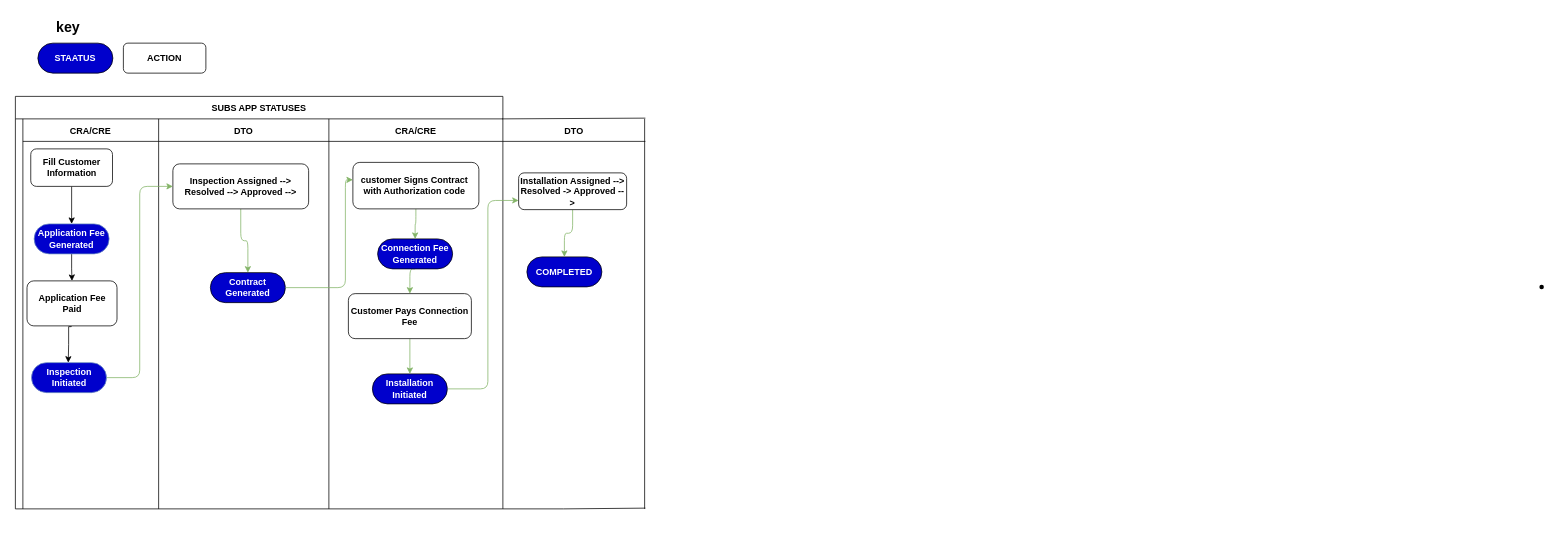
Earlier version of the draw.io diagram ECG UP FLOW.drawio (Kwame-Pitakin/Draw.io). Source tidied: cells renumbered, new cells numbered last; positions are measured from the earlier drawing's top-left corner, leaving out a move shared by most shapes. Both pictures are drawn from the tidied source at 75%, with x=0, y=0 at pixel (15, 13). Pictures stored in the file or linked from it are replaced by grey dashed boxes.
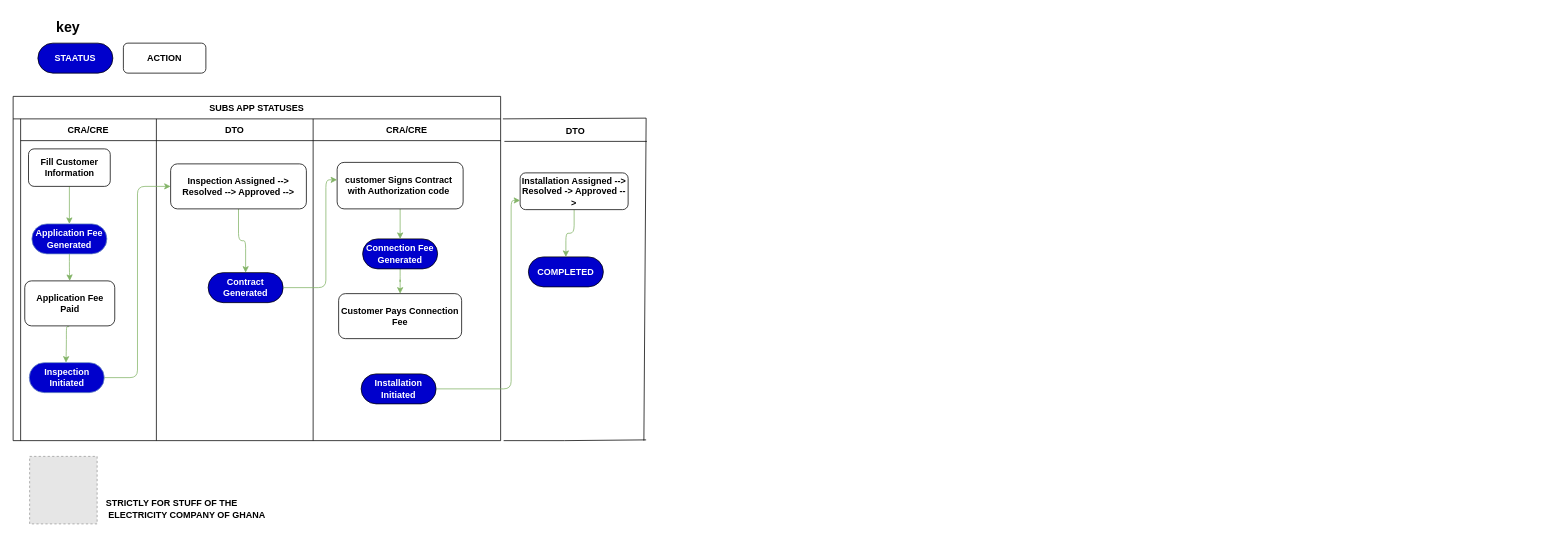
After the change.

The change refers to these unchanged cells:
```xml
<mxCell id="7" value="&lt;b&gt;Fill Customer Information&lt;/b&gt;" style="rounded=1;whiteSpace=wrap;html=1;" parent="4" vertex="1">
  <mxGeometry x="10.5" y="40" width="109" height="50" as="geometry" />
</mxCell>
<mxCell id="9" value="&lt;font color=&quot;#ffffff&quot;&gt;&lt;b&gt;Application Fee Generated&lt;/b&gt;&lt;/font&gt;" style="rounded=1;whiteSpace=wrap;html=1;arcSize=50;fillColor=#0000CC;strokeColor=#6c8ebf;fillStyle=solid;" parent="4" vertex="1">
  <mxGeometry x="15" y="140" width="100" height="40" as="geometry" />
</mxCell>
<mxCell id="11" value="&lt;b&gt;Application Fee Paid&lt;/b&gt;" style="rounded=1;whiteSpace=wrap;html=1;" parent="4" vertex="1">
  <mxGeometry x="5.5" y="216" width="120" height="60" as="geometry" />
</mxCell>
<mxCell id="16" value="&lt;font color=&quot;#ffffff&quot;&gt;&lt;b&gt;Contract Generated&lt;/b&gt;&lt;/font&gt;" style="rounded=1;whiteSpace=wrap;html=1;arcSize=50;fillColor=#0000CC;" parent="13" vertex="1">
  <mxGeometry x="69" y="205" width="100" height="40" as="geometry" />
</mxCell>
<mxCell id="19" value="&lt;b&gt;customer Signs Contract&amp;nbsp; with Authorization code&amp;nbsp;&lt;/b&gt;" style="rounded=1;whiteSpace=wrap;html=1;" parent="17" vertex="1">
  <mxGeometry x="32" y="58" width="168" height="62" as="geometry" />
</mxCell>
<mxCell id="30" value="&lt;b&gt;Installation Assigned --&amp;gt; Resolved -&amp;gt; Approved --&amp;gt;&lt;/b&gt;" style="rounded=1;whiteSpace=wrap;html=1;" parent="28" vertex="1">
  <mxGeometry x="21" y="72" width="144" height="49" as="geometry" />
</mxCell>
```

Diff of the diagram source:
```diff
@@
     <mxCell id="2" value="SUBS APP STATUSES" style="shape=table;childLayout=tableLayout;startSize=30;fillColor=none;fontStyle=1;" parent="1" vertex="1">
-      <mxGeometry y="111" width="650" height="550" as="geometry" />
+      <mxGeometry x="-3" y="111" width="650" height="459" as="geometry" />
     </mxCell>
     <mxCell id="3" style="shape=tableRow;horizontal=0;swimlaneHead=0;swimlaneBody=0;top=0;left=0;bottom=0;right=0;fillColor=none;startSize=10;fontStyle=1;" parent="2" vertex="1">
-      <mxGeometry y="30" width="650" height="520" as="geometry" />
+      <mxGeometry y="30" width="650" height="429" as="geometry" />
     </mxCell>
-    <mxCell id="4" value="CRA/CRE" style="swimlane;swimlaneHead=0;swimlaneBody=0;fillColor=none;startSize=30;fontStyle=1;" parent="3" vertex="1">
-      <mxGeometry x="10" width="181" height="520" as="geometry" />
+    <mxCell id="4" value="CRA/CRE" style="swimlane;swimlaneHead=0;swimlaneBody=0;fillColor=none;startSize=29;fontStyle=1;" parent="3" vertex="1">
+      <mxGeometry x="10" width="181" height="429" as="geometry" />
     </mxCell>
-    <mxCell id="5" style="edgeStyle=orthogonalEdgeStyle;rounded=0;jettySize=auto;html=1;exitX=0.5;exitY=1;exitDx=0;exitDy=0;entryX=0.5;entryY=0;entryDx=0;entryDy=0;" parent="4" edge="1" source="7" target="9">
+    <mxCell id="5" style="edgeStyle=orthogonalEdgeStyle;rounded=1;jettySize=auto;html=1;exitX=0.5;exitY=1;exitDx=0;exitDy=0;entryX=0.5;entryY=0;entryDx=0;entryDy=0;fillColor=#d5e8d4;strokeColor=#82b366;" parent="4" edge="1" source="7" target="9">
       <mxGeometry relative="1" as="geometry" />
     </mxCell>
@@
-    <mxCell id="8" style="edgeStyle=orthogonalEdgeStyle;rounded=0;jettySize=auto;html=1;exitX=0.5;exitY=1;exitDx=0;exitDy=0;" parent="4" edge="1" source="9" target="11">
+    <mxCell id="8" style="edgeStyle=orthogonalEdgeStyle;rounded=1;jettySize=auto;html=1;exitX=0.5;exitY=1;exitDx=0;exitDy=0;fillColor=#d5e8d4;strokeColor=#82b366;" parent="4" edge="1" source="9" target="11">
       <mxGeometry relative="1" as="geometry" />
     </mxCell>
@@
-    <mxCell id="10" style="edgeStyle=orthogonalEdgeStyle;rounded=0;orthogonalLoop=1;jettySize=auto;html=1;exitX=0.5;exitY=1;exitDx=0;exitDy=0;entryX=0.5;entryY=0;entryDx=0;entryDy=0;" parent="4" edge="1">
+    <mxCell id="10" style="edgeStyle=orthogonalEdgeStyle;rounded=1;orthogonalLoop=1;jettySize=auto;html=1;exitX=0.5;exitY=1;exitDx=0;exitDy=0;entryX=0.5;entryY=0;entryDx=0;entryDy=0;fillColor=#d5e8d4;strokeColor=#82b366;" parent="4" edge="1">
       <mxGeometry relative="1" as="geometry">
         <mxPoint x="64.5" y="276" as="sourcePoint" />
         <mxPoint x="60.5" y="325" as="targetPoint" />
         <Array as="points">
           <mxPoint x="65" y="277" />
           <mxPoint x="61" y="277" />
           <mxPoint x="61" y="301" />
         </Array>
       </mxGeometry>
     </mxCell>
@@
-    <mxCell id="13" value="DTO" style="swimlane;swimlaneHead=0;swimlaneBody=0;fillColor=none;startSize=30;fontStyle=1;" parent="3" vertex="1">
-      <mxGeometry x="191" width="227" height="520" as="geometry" />
+    <mxCell id="13" value="DTO" style="swimlane;swimlaneHead=0;swimlaneBody=0;fillColor=none;startSize=29;fontStyle=1;" parent="3" vertex="1">
+      <mxGeometry x="191" width="209" height="429" as="geometry" />
     </mxCell>
@@
-    <mxCell id="17" value="CRA/CRE" style="swimlane;swimlaneHead=0;swimlaneBody=0;fillColor=none;startSize=30;fontStyle=1;" parent="3" vertex="1">
-      <mxGeometry x="418" width="232" height="520" as="geometry" />
+    <mxCell id="17" value="CRA/CRE" style="swimlane;swimlaneHead=0;swimlaneBody=0;fillColor=none;startSize=29;fontStyle=1;" parent="3" vertex="1">
+      <mxGeometry x="400" width="250" height="429" as="geometry" />
     </mxCell>
-    <mxCell id="18" style="edgeStyle=orthogonalEdgeStyle;rounded=1;jettySize=auto;html=1;exitX=0.5;exitY=1;exitDx=0;exitDy=0;entryX=0.5;entryY=0;entryDx=0;entryDy=0;fillColor=#d5e8d4;strokeColor=#82b366;" parent="17" edge="1" source="19" target="21">
+    <mxCell id="18" style="edgeStyle=orthogonalEdgeStyle;rounded=1;jettySize=auto;html=1;exitX=0.5;exitY=1;exitDx=0;exitDy=0;fillColor=#d5e8d4;strokeColor=#82b366;" parent="17" edge="1" source="19" target="21">
       <mxGeometry relative="1" as="geometry" />
     </mxCell>
@@
-    <mxCell id="20" style="edgeStyle=orthogonalEdgeStyle;rounded=1;jettySize=auto;html=1;exitX=0.5;exitY=1;exitDx=0;exitDy=0;entryX=0.5;entryY=0;entryDx=0;entryDy=0;fillColor=#d5e8d4;strokeColor=#82b366;" parent="17" edge="1" source="21" target="23">
+    <mxCell id="20" style="edgeStyle=orthogonalEdgeStyle;rounded=1;jettySize=auto;html=1;exitX=0.5;exitY=1;exitDx=0;exitDy=0;fillColor=#d5e8d4;strokeColor=#82b366;" parent="17" edge="1" source="21" target="23">
       <mxGeometry relative="1" as="geometry" />
     </mxCell>
     <mxCell id="21" value="&lt;font color=&quot;#ffffff&quot;&gt;&lt;b&gt;Connection Fee Generated&lt;/b&gt;&lt;/font&gt;" style="rounded=1;whiteSpace=wrap;html=1;arcSize=50;fillColor=#0000CC;" parent="17" vertex="1">
-      <mxGeometry x="65" y="160" width="100" height="40" as="geometry" />
+      <mxGeometry x="66" y="160" width="100" height="40" as="geometry" />
     </mxCell>
-    <mxCell id="22" style="edgeStyle=orthogonalEdgeStyle;rounded=1;jettySize=auto;html=1;exitX=0.5;exitY=1;exitDx=0;exitDy=0;entryX=0.5;entryY=0;entryDx=0;entryDy=0;fillColor=#d5e8d4;strokeColor=#82b366;" parent="17" edge="1" source="23" target="24">
-      <mxGeometry relative="1" as="geometry" />
-    </mxCell>
     <mxCell id="23" value="&lt;b&gt;Customer Pays Connection Fee&lt;/b&gt;" style="rounded=1;whiteSpace=wrap;html=1;" parent="17" vertex="1">
-      <mxGeometry x="26" y="233" width="164" height="60" as="geometry" />
+      <mxGeometry x="34" y="233" width="164" height="60" as="geometry" />
     </mxCell>
     <mxCell id="24" value="&lt;font color=&quot;#ffffff&quot;&gt;&lt;b&gt;Installation Initiated&lt;/b&gt;&lt;/font&gt;" style="rounded=1;whiteSpace=wrap;html=1;arcSize=50;fillColor=#0000CC;glass=0;" parent="17" vertex="1">
-      <mxGeometry x="58" y="340" width="100" height="40" as="geometry" />
+      <mxGeometry x="64" y="340" width="100" height="40" as="geometry" />
     </mxCell>
     <mxCell id="25" style="edgeStyle=orthogonalEdgeStyle;rounded=1;jettySize=auto;html=1;exitX=1;exitY=0.5;exitDx=0;exitDy=0;entryX=0;entryY=0.375;entryDx=0;entryDy=0;entryPerimeter=0;fillColor=#d5e8d4;strokeColor=#82b366;" parent="3" edge="1" source="16" target="19">
       <mxGeometry relative="1" as="geometry">
         <Array as="points">
-          <mxPoint x="440" y="225" />
-          <mxPoint x="440" y="81" />
+          <mxPoint x="417" y="225" />
+          <mxPoint x="417" y="81" />
         </Array>
       </mxGeometry>
     </mxCell>
@@
-    <mxCell id="27" style="shape=waypoint;sketch=0;size=6;fillColor=none;perimeter=centerPerimeter;startSize=40;fontStyle=1;" parent="1" vertex="1">
-      <mxGeometry x="2025" y="355" width="20" height="20" as="geometry" />
-    </mxCell>
     <mxCell id="28" value="DTO" style="swimlane;swimlaneHead=0;swimlaneBody=0;fillColor=none;startSize=30;fontStyle=1;" parent="1" vertex="1">
-      <mxGeometry x="650" y="141" width="190" height="510" as="geometry" />
+      <mxGeometry x="652" y="141" width="190" height="429" as="geometry" />
     </mxCell>
@@
     <mxCell id="32" style="endArrow=none;html=1;rounded=0;" parent="28" edge="1">
       <mxGeometry relative="1" as="geometry">
-        <mxPoint x="189" y="520" as="sourcePoint" />
-        <mxPoint x="189" as="targetPoint" />
+        <mxPoint x="186" y="429" as="sourcePoint" />
+        <mxPoint x="189" y="-1" as="targetPoint" />
       </mxGeometry>
     </mxCell>
     <mxCell id="33" style="endArrow=none;html=1;rounded=0;" parent="1" edge="1">
       <mxGeometry relative="1" as="geometry">
-        <mxPoint x="649" y="141" as="sourcePoint" />
-        <mxPoint x="840" y="140" as="targetPoint" />
+        <mxPoint x="650" y="141" as="sourcePoint" />
+        <mxPoint x="841" y="140" as="targetPoint" />
         <Array as="points">
-          <mxPoint x="649" y="141" />
+          <mxPoint x="650" y="141" />
         </Array>
       </mxGeometry>
     </mxCell>
     <mxCell id="34" style="endArrow=none;html=1;rounded=0;" parent="1" edge="1">
       <mxGeometry relative="1" as="geometry">
-        <mxPoint x="840" y="660" as="sourcePoint" />
-        <mxPoint x="650" y="661" as="targetPoint" />
+        <mxPoint x="841" y="569" as="sourcePoint" />
+        <mxPoint x="651" y="570" as="targetPoint" />
         <Array as="points">
-          <mxPoint x="731" y="661" />
+          <mxPoint x="732" y="570" />
         </Array>
       </mxGeometry>
     </mxCell>
     <mxCell id="35" style="edgeStyle=orthogonalEdgeStyle;rounded=1;jettySize=auto;html=1;exitX=1;exitY=0.5;exitDx=0;exitDy=0;entryX=0;entryY=0.75;entryDx=0;entryDy=0;fillColor=#d5e8d4;strokeColor=#82b366;" parent="1" edge="1" source="24" target="30">
       <mxGeometry relative="1" as="geometry">
         <Array as="points">
-          <mxPoint x="630" y="501" />
-          <mxPoint x="630" y="250" />
+          <mxPoint x="661" y="501" />
+          <mxPoint x="661" y="250" />
         </Array>
       </mxGeometry>
     </mxCell>
@@
+    <mxCell id="39" style="fillColor=#E6E6E6;strokeColor=#999999;dashed=1;verticalLabelPosition=bottom;labelBackgroundColor=default;verticalAlign=top;" parent="1" vertex="1">
+      <mxGeometry x="19" y="591" width="90" height="90" as="geometry" />
+    </mxCell>
+    <mxCell id="40" value="&lt;b&gt;STRICTLY FOR STUFF OF THE&lt;br&gt;&amp;nbsp;ELECTRICITY COMPANY OF GHANA&lt;/b&gt;" style="text;html=1;align=left;verticalAlign=middle;strokeColor=none;fillColor=none;" parent="1" vertex="1">
+      <mxGeometry x="119" y="641" width="240" height="40" as="geometry" />
+    </mxCell>
```
